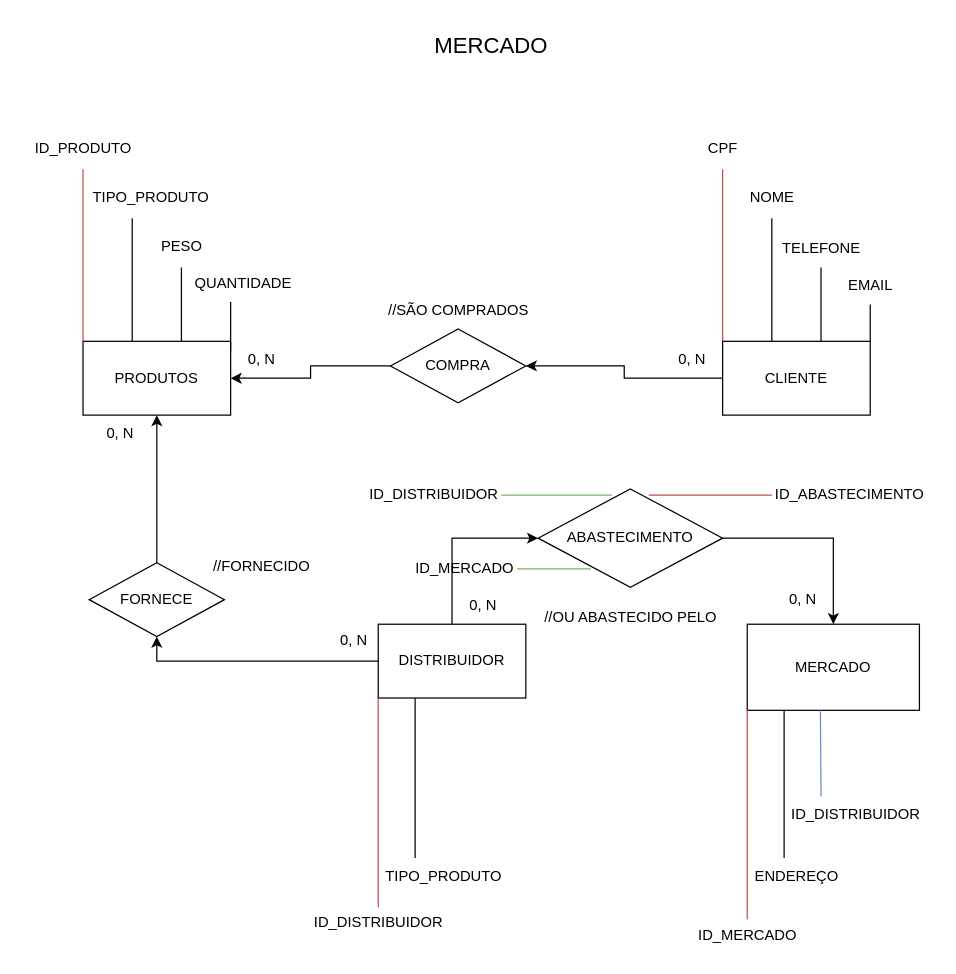
Earlier version of the draw.io diagram sistema de mercado.drawio (FirmoDev/projeto). Source tidied: cells renumbered, new cells numbered last; positions are measured from the earlier drawing's top-left corner, leaving out a move shared by most shapes. Both pictures are drawn from the tidied source at 123%, with x=0, y=0 at pixel (21, 21).
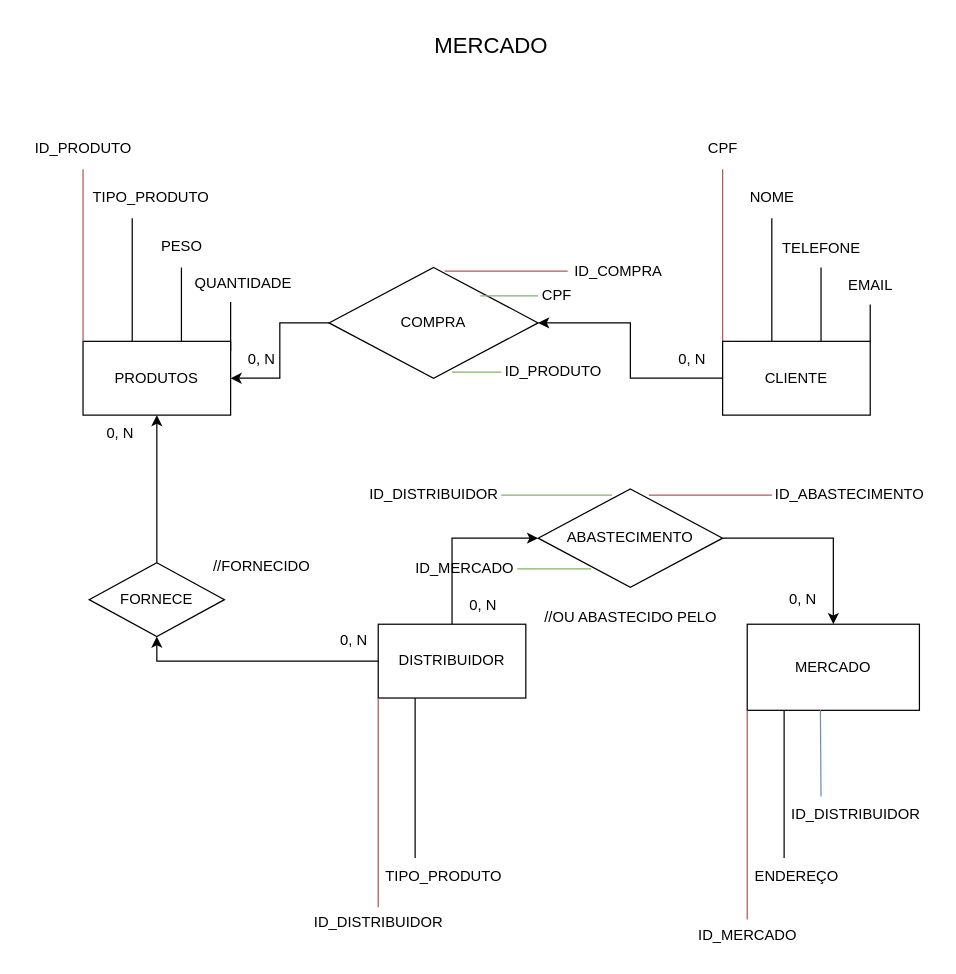
Above is the later version.

Commit message:
CRIAÇÃO DA TABELA ASSOCIATIVA (COMPRA)

Change to the diagram source:
```diff
@@
     <mxCell id="20" value="COMPRA" style="rhombus;whiteSpace=wrap;html=1;" parent="1" vertex="1">
-      <mxGeometry x="300" y="250" width="110" height="60" as="geometry" />
+      <mxGeometry x="250" y="200" width="170" height="90" as="geometry" />
     </mxCell>
@@
-    <mxCell id="47" value="//SÃO COMPRADOS" style="text;html=1;align=center;verticalAlign=middle;strokeColor=none;fillColor=none;" parent="1" vertex="1">
-      <mxGeometry x="285" y="220" width="140" height="30" as="geometry" />
-    </mxCell>
@@
+    <mxCell id="57" style="line;strokeWidth=1;dashed=0;labelPosition=right;align=left;verticalAlign=middle;spacingTop=0;spacingLeft=6;fillColor=#f8cecc;strokeColor=#b85450;" parent="1" vertex="1">
+      <mxGeometry x="344" y="198" width="100" height="10" as="geometry" />
+    </mxCell>
+    <mxCell id="58" style="line;strokeWidth=1;dashed=0;labelPosition=right;align=left;verticalAlign=middle;spacingTop=0;spacingLeft=6;fillColor=#d5e8d4;strokeColor=#82b366;" parent="1" vertex="1">
+      <mxGeometry x="373" y="218" width="47" height="10" as="geometry" />
+    </mxCell>
+    <mxCell id="59" style="line;strokeWidth=1;dashed=0;labelPosition=right;align=left;verticalAlign=middle;spacingTop=0;spacingLeft=6;fillColor=#d5e8d4;strokeColor=#82b366;" parent="1" vertex="1">
+      <mxGeometry x="350" y="280" width="40" height="10" as="geometry" />
+    </mxCell>
+    <mxCell id="60" value="ID_COMPRA" style="text;html=1;align=center;verticalAlign=middle;strokeColor=none;fillColor=none;" parent="1" vertex="1">
+      <mxGeometry x="440" y="188" width="90" height="30" as="geometry" />
+    </mxCell>
+    <mxCell id="61" value="CPF" style="text;html=1;align=center;verticalAlign=middle;strokeColor=none;fillColor=none;" parent="1" vertex="1">
+      <mxGeometry x="410" y="208" width="50" height="30" as="geometry" />
+    </mxCell>
+    <mxCell id="62" value="ID_PRODUTO" style="text;html=1;align=center;verticalAlign=middle;strokeColor=none;fillColor=none;" parent="1" vertex="1">
+      <mxGeometry x="382" y="270" width="100" height="30" as="geometry" />
+    </mxCell>
```
